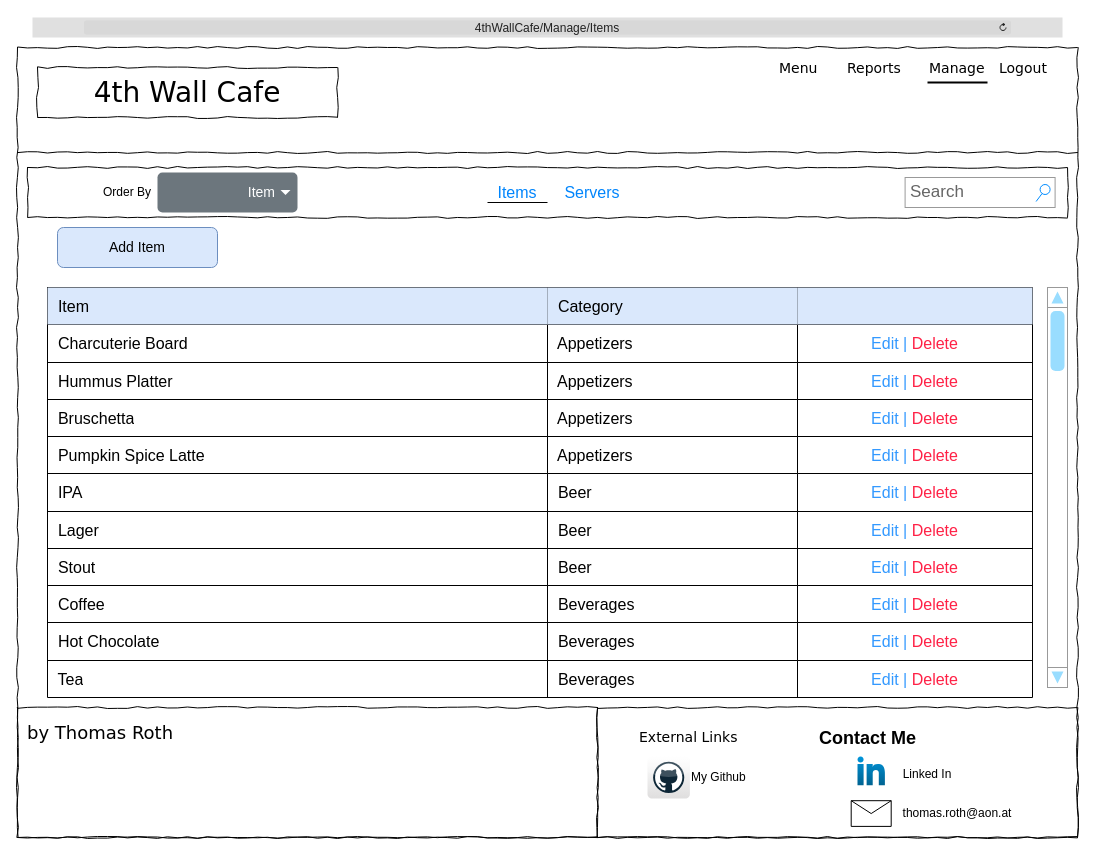
Before: WF_Manage_Items.drawio in TRed91/4thWallCafe, a draw.io diagram. Source tidied: cells renumbered, new cells numbered last; positions are measured from the earlier drawing's top-left corner, leaving out a move shared by most shapes. Both pictures are drawn from the tidied source at 100%, with x=0, y=0 at pixel (17, 17).
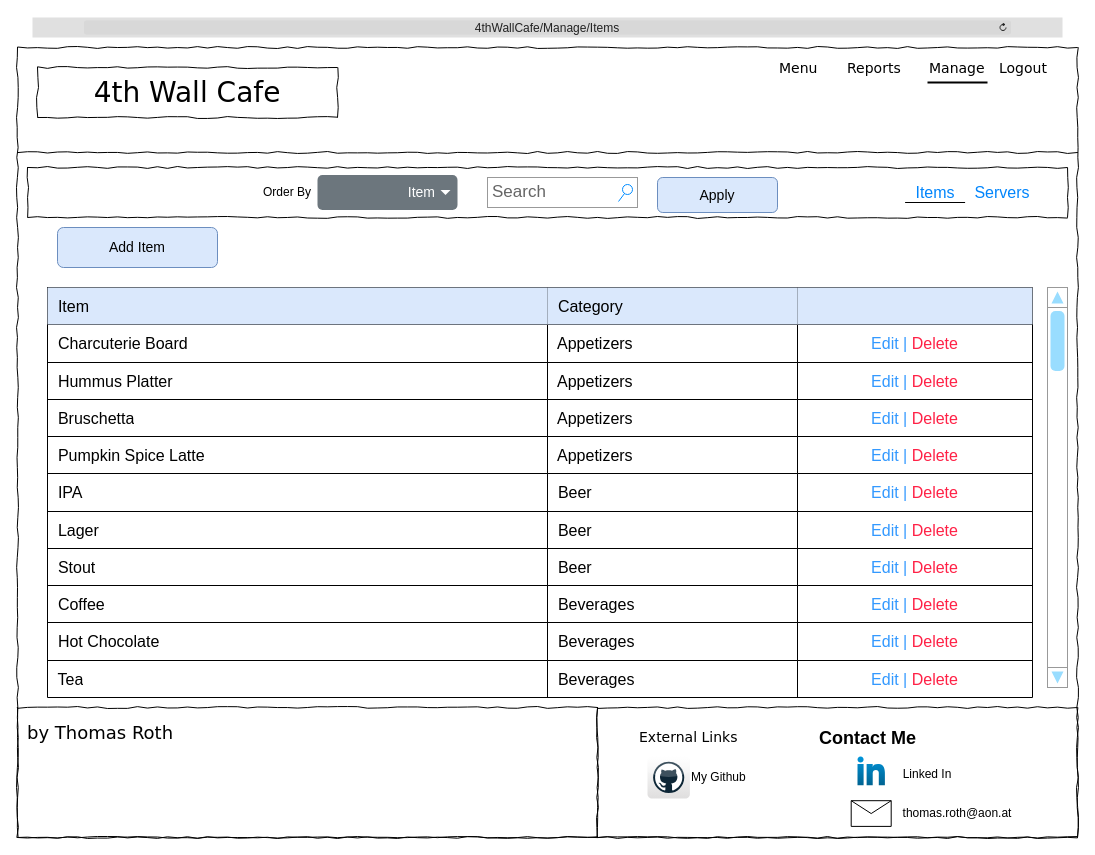
Above is the later version.

Change to the diagram source:
```diff
@@
     <mxCell id="22" value="Order By" style="text;html=1;align=center;verticalAlign=middle;whiteSpace=wrap;rounded=0;" parent="1" vertex="1">
-      <mxGeometry x="80" y="160" width="60" height="30" as="geometry" />
+      <mxGeometry x="240" y="160" width="60" height="30" as="geometry" />
     </mxCell>
     <mxCell id="23" value="Items" style="html=1;shadow=0;dashed=0;shape=mxgraph.bootstrap.rrect;rSize=5;strokeColor=none;strokeWidth=1;fillColor=none;fontColor=#0085FC;whiteSpace=wrap;align=center;verticalAlign=middle;spacingLeft=0;fontStyle=0;fontSize=16;spacing=5;" parent="1" vertex="1">
-      <mxGeometry x="470" y="155" width="60" height="40" as="geometry" />
+      <mxGeometry x="887.6" y="155" width="60" height="40" as="geometry" />
     </mxCell>
     <mxCell id="24" value="Servers" style="html=1;shadow=0;dashed=0;shape=mxgraph.bootstrap.rrect;rSize=5;strokeColor=none;strokeWidth=1;fillColor=none;fontColor=#0085FC;whiteSpace=wrap;align=center;verticalAlign=middle;spacingLeft=0;fontStyle=0;fontSize=16;spacing=5;" parent="1" vertex="1">
-      <mxGeometry x="545" y="155" width="60" height="40" as="geometry" />
+      <mxGeometry x="955.2" y="155" width="60" height="40" as="geometry" />
     </mxCell>
     <mxCell id="25" style="line;strokeWidth=1;dashed=0;labelPosition=right;align=left;verticalAlign=middle;spacingTop=0;spacingLeft=6;" parent="1" vertex="1">
-      <mxGeometry x="470" y="180" width="60" height="10" as="geometry" />
+      <mxGeometry x="887.6" y="180" width="60" height="10" as="geometry" />
     </mxCell>
@@
     <mxCell id="72" value="Search" style="strokeWidth=1;shadow=0;dashed=0;align=center;html=1;shape=mxgraph.mockup.forms.searchBox;strokeColor=#999999;mainText=;strokeColor2=#008cff;fontColor=#666666;fontSize=17;align=left;spacingLeft=3;whiteSpace=wrap;" parent="1" vertex="1">
-      <mxGeometry x="887.6" y="160" width="150" height="30" as="geometry" />
+      <mxGeometry x="470" y="160" width="150" height="30" as="geometry" />
     </mxCell>
     <mxCell id="73" value="Item" style="html=1;shadow=0;dashed=0;shape=mxgraph.bootstrap.rrect;rSize=5;strokeColor=none;strokeWidth=1;fillColor=#6C767D;fontColor=#ffffff;whiteSpace=wrap;align=right;verticalAlign=middle;fontStyle=0;fontSize=14;spacingRight=20;" parent="1" vertex="1">
-      <mxGeometry x="140" y="155" width="140" height="40" as="geometry" />
+      <mxGeometry x="300" y="157.5" width="140" height="35" as="geometry" />
     </mxCell>
@@
+    <mxCell id="76" value="&lt;font style=&quot;font-size: 14px;&quot;&gt;Apply&lt;/font&gt;" style="rounded=1;html=1;shadow=0;dashed=0;whiteSpace=wrap;fontSize=10;fillColor=#dae8fc;align=center;strokeColor=#6c8ebf;" parent="1" vertex="1">
+      <mxGeometry x="640" y="160" width="120" height="35" as="geometry" />
+    </mxCell>
```
